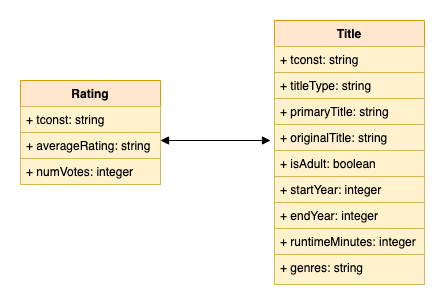
d1mic/gelosTestProject keeps this draw.io diagram as documents/masterThesis/matfmaster/img/moviesShema.png. Above is the earlier version. Source tidied: cells renumbered, new cells last; positions are measured from the earlier drawing's top-left corner, leaving out a move shared by most shapes.
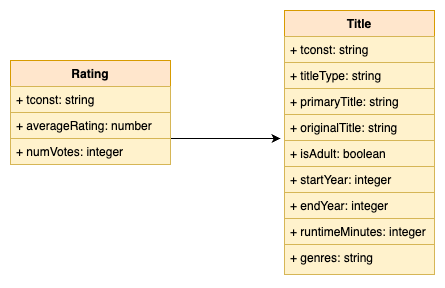
Above is the later version.

Change to the diagram source:
```diff
@@ -2,17 +2,22 @@
   <root>
     <mxCell id="0" />
     <mxCell id="1" parent="0" />
+    <mxCell id="17" style="edgeStyle=orthogonalEdgeStyle;rounded=0;jettySize=auto;html=1;exitX=1;exitY=0.75;exitDx=0;exitDy=0;" parent="1" edge="1" source="2">
+      <mxGeometry relative="1" as="geometry">
+        <mxPoint x="250" y="128" as="targetPoint" />
+      </mxGeometry>
+    </mxCell>
     <mxCell id="2" value="Rating" style="swimlane;fontStyle=1;horizontal=1;startSize=26;fillColor=#ffe6cc;strokeColor=#d79b00;" parent="1" vertex="1">
-      <mxGeometry y="60" width="140" height="104" as="geometry" />
+      <mxGeometry x="-20" y="50" width="160" height="104" as="geometry" />
     </mxCell>
     <mxCell id="3" value="+ tconst: string" style="text;strokeColor=#d6b656;fillColor=#fff2cc;align=left;verticalAlign=top;spacingLeft=4;spacingRight=4;overflow=hidden;" parent="2" vertex="1">
-      <mxGeometry y="26" width="140" height="26" as="geometry" />
+      <mxGeometry y="26" width="160" height="26" as="geometry" />
     </mxCell>
-    <mxCell id="4" value="+ averageRating: string" style="text;strokeColor=#d6b656;fillColor=#fff2cc;align=left;verticalAlign=top;spacingLeft=4;spacingRight=4;overflow=hidden;" parent="2" vertex="1">
-      <mxGeometry y="52" width="140" height="26" as="geometry" />
+    <mxCell id="4" value="+ averageRating: number" style="text;strokeColor=#d6b656;fillColor=#fff2cc;align=left;verticalAlign=top;spacingLeft=4;spacingRight=4;overflow=hidden;" parent="2" vertex="1">
+      <mxGeometry y="52" width="160" height="26" as="geometry" />
     </mxCell>
     <mxCell id="5" value="+ numVotes: integer" style="text;strokeColor=#d6b656;fillColor=#fff2cc;align=left;verticalAlign=top;spacingLeft=4;spacingRight=4;overflow=hidden;" parent="2" vertex="1">
-      <mxGeometry y="78" width="140" height="26" as="geometry" />
+      <mxGeometry y="78" width="160" height="26" as="geometry" />
     </mxCell>
     <mxCell id="6" value="Title" style="swimlane;fontStyle=1;horizontal=1;startSize=26;fillColor=#ffe6cc;strokeColor=#d79b00;" parent="1" vertex="1">
       <mxGeometry x="254" width="150" height="264" as="geometry" />
@@ -44,11 +49,5 @@
     <mxCell id="15" value="+ genres: string" style="text;strokeColor=#d6b656;fillColor=#fff2cc;align=left;verticalAlign=top;spacingLeft=4;spacingRight=4;overflow=hidden;" parent="6" vertex="1">
       <mxGeometry y="234" width="150" height="30" as="geometry" />
     </mxCell>
-    <mxCell id="16" style="endArrow=block;startArrow=block;endFill=1;startFill=1;html=1;rounded=0;" parent="1" edge="1">
-      <mxGeometry relative="1" as="geometry">
-        <mxPoint x="140" y="120" as="sourcePoint" />
-        <mxPoint x="250" y="120" as="targetPoint" />
-      </mxGeometry>
-    </mxCell>
   </root>
 </mxGraphModel>
```
